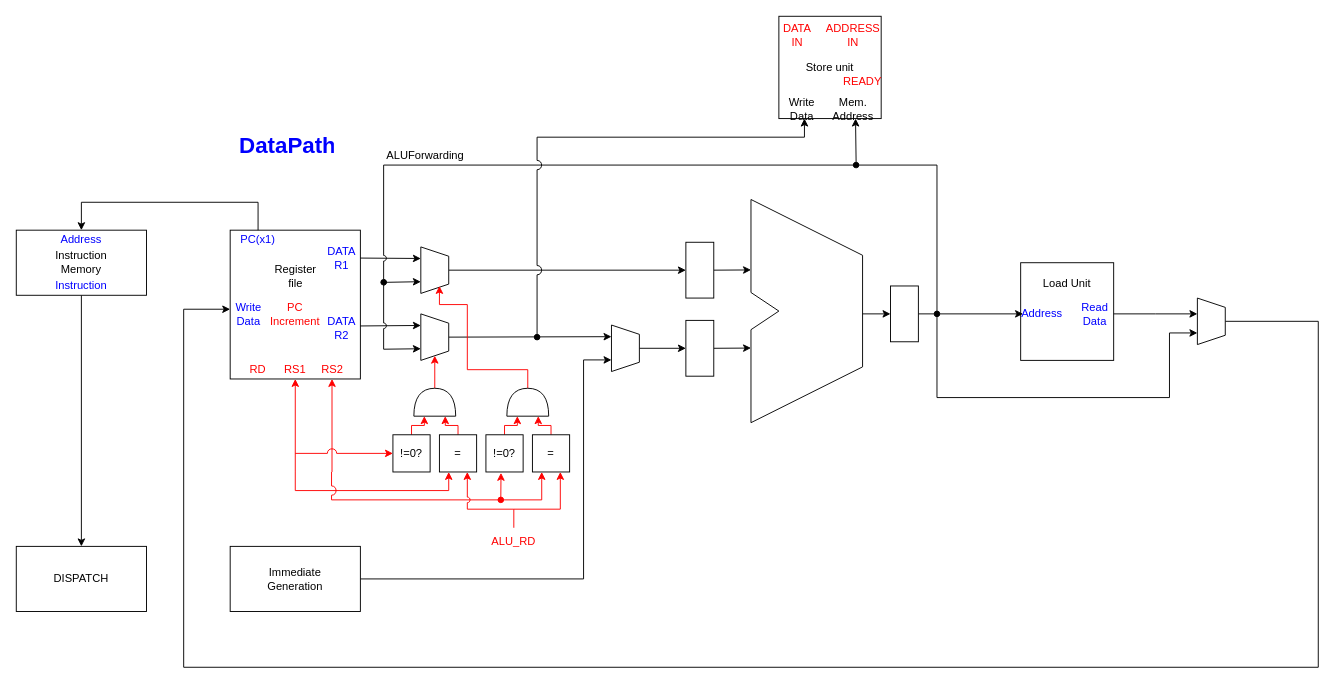
The draw.io diagram page "DataPath" (1 of 2) of Circuit_Drawings/DataPath.drawio in Kaveesha-98/065-538-720-GNC, before the edit. Source tidied: cells renumbered, new cells numbered last; positions are measured from the earlier drawing's top-left corner, leaving out a move shared by most shapes. Both pictures are drawn from the tidied source at 93%, with x=0, y=0 at pixel (16, 16).
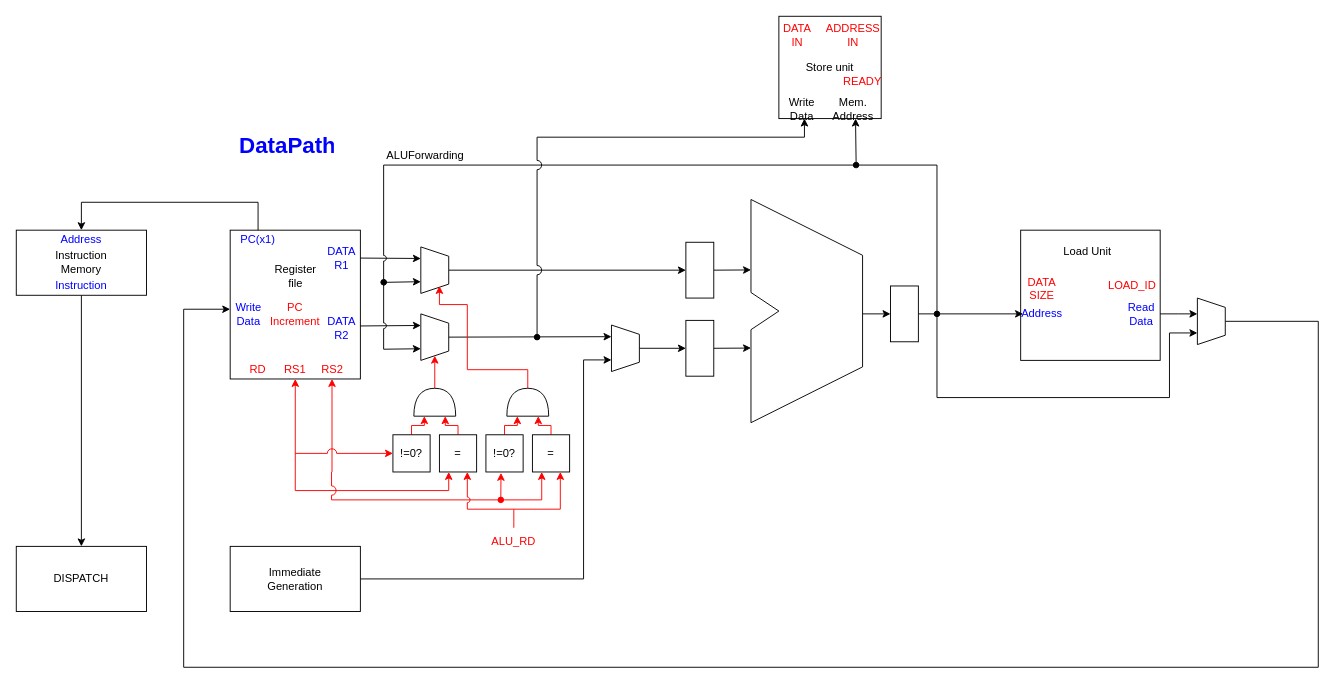
After the change.

Change to the diagram source:
```diff
@@
     <mxCell id="18" style="rounded=0;whiteSpace=wrap;html=1;fontColor=#0000FF;" parent="1" vertex="1">
-      <mxGeometry x="1080" y="265" width="100" height="105" as="geometry" />
+      <mxGeometry x="1080" y="230" width="150" height="140" as="geometry" />
     </mxCell>
@@
     <mxCell id="20" value="Load Unit" style="text;html=1;strokeColor=none;fillColor=none;align=center;verticalAlign=middle;whiteSpace=wrap;rounded=0;" parent="1" vertex="1">
-      <mxGeometry x="1091.2" y="278" width="77.5" height="20" as="geometry" />
+      <mxGeometry x="1112.5" y="243" width="77.5" height="20" as="geometry" />
     </mxCell>
@@
     <mxCell id="23" value="Read Data" style="text;html=1;strokeColor=none;fillColor=none;align=center;verticalAlign=middle;whiteSpace=wrap;rounded=0;fontColor=#0000FF;" parent="1" vertex="1">
-      <mxGeometry x="1140" y="310" width="40" height="20" as="geometry" />
+      <mxGeometry x="1190" y="310" width="40" height="20" as="geometry" />
     </mxCell>
@@
+    <mxCell id="81" value="&lt;div&gt;&lt;font color=&quot;#FF0000&quot;&gt;DATA&lt;/font&gt;&lt;/div&gt;&lt;div&gt;&lt;font color=&quot;#FF0000&quot;&gt;SIZE&lt;/font&gt;&lt;br&gt;&lt;/div&gt;" style="text;html=1;strokeColor=none;fillColor=none;align=center;verticalAlign=middle;whiteSpace=wrap;rounded=0;startSize=0;" parent="1" vertex="1">
+      <mxGeometry x="1082.5" y="283" width="40" height="20" as="geometry" />
+    </mxCell>
+    <mxCell id="82" value="&lt;font color=&quot;#FF0000&quot;&gt;LOAD_ID&lt;/font&gt;" style="text;html=1;strokeColor=none;fillColor=none;align=center;verticalAlign=middle;whiteSpace=wrap;rounded=0;startSize=0;" parent="1" vertex="1">
+      <mxGeometry x="1180" y="280" width="40" height="20" as="geometry" />
+    </mxCell>
```
